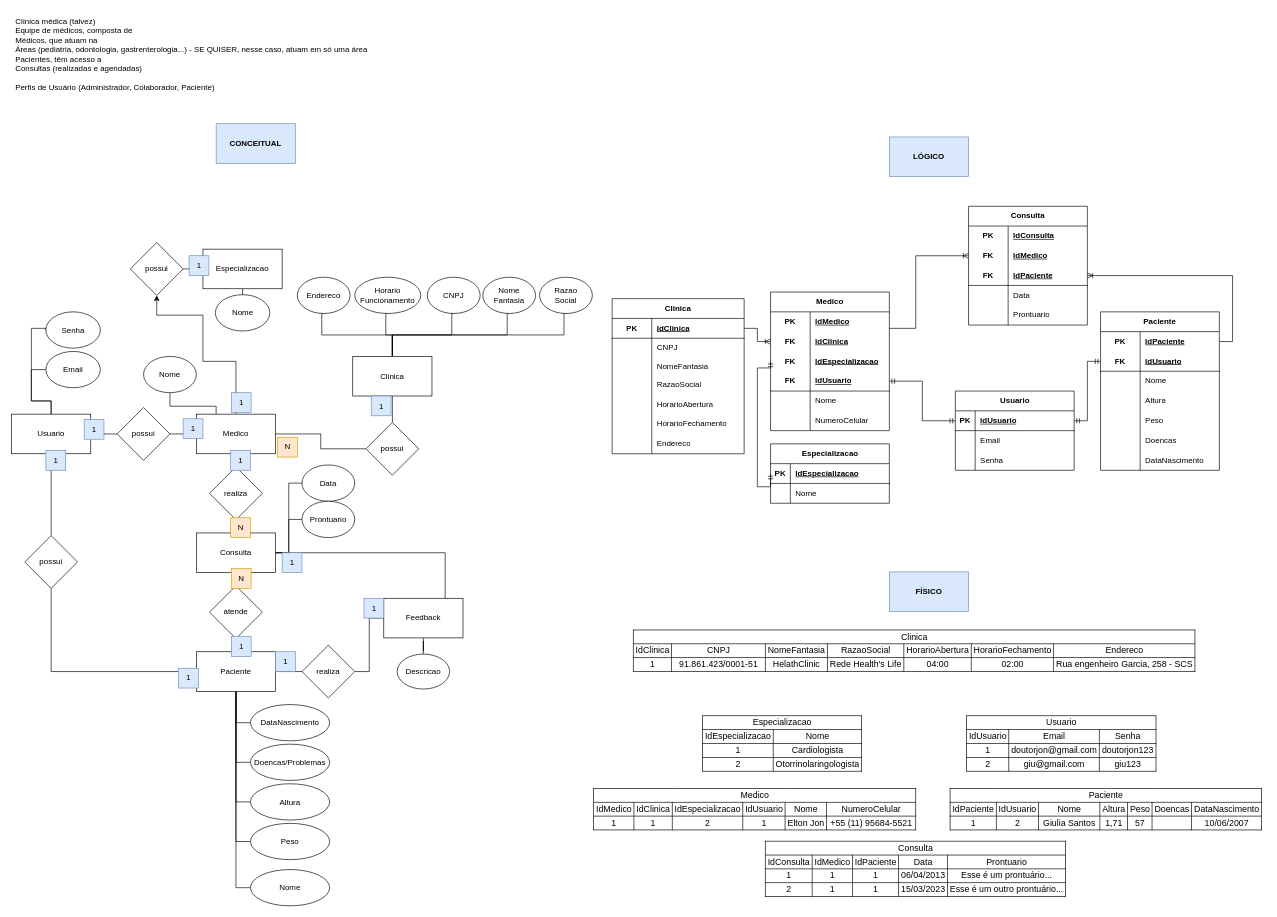
Before: Banco de dados - Sprint 1/Projeto Health Clinic/Health Clinic.drawio in LucasBO7/senai-curso-repos-semestre-2, a draw.io diagram. Source tidied: cells renumbered, new cells numbered last; positions are measured from the earlier drawing's top-left corner, leaving out a move shared by most shapes. Both pictures are drawn from the tidied source at 66%, with x=0, y=0 at pixel (11, 11).
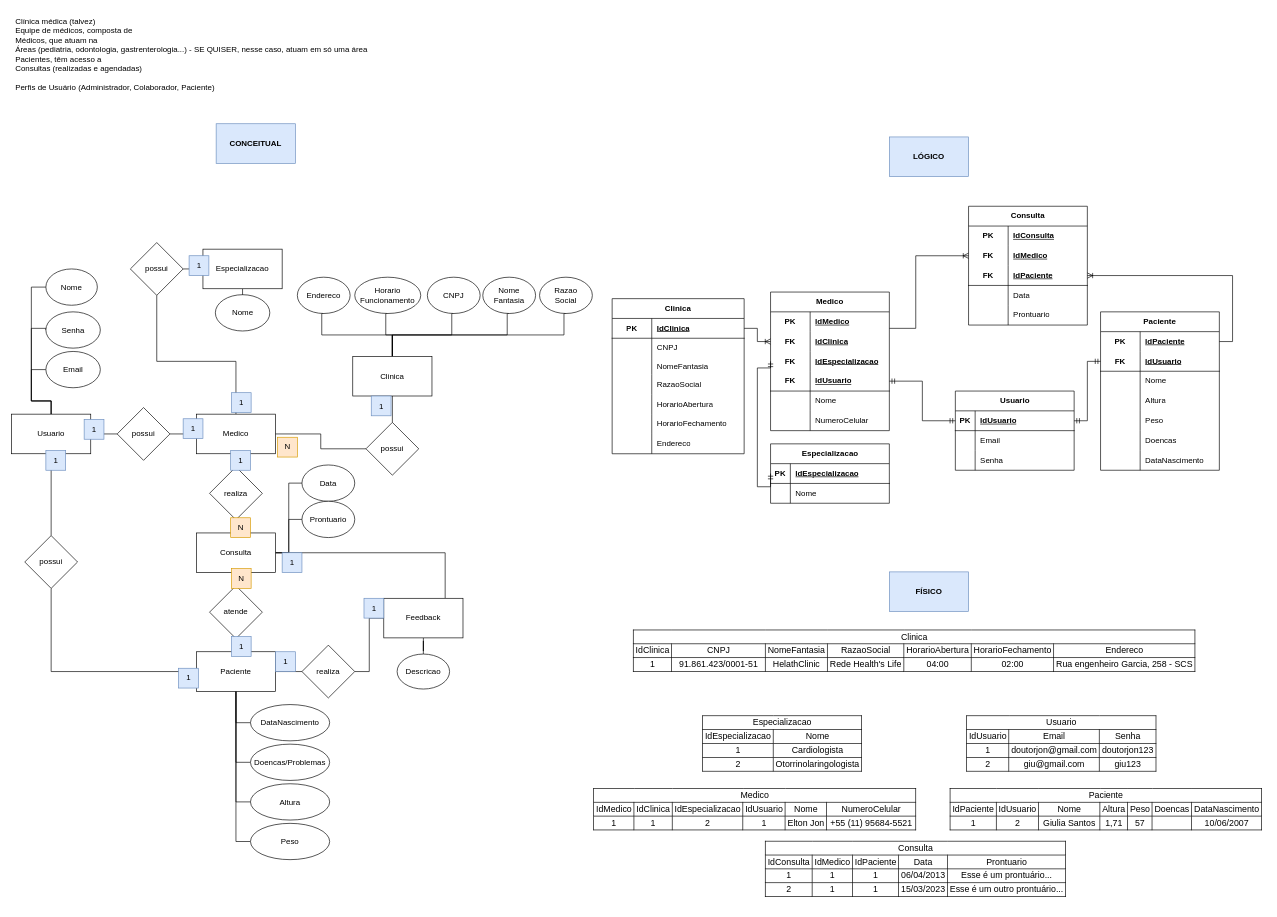
After the change.

The change refers to these unchanged cells:
```xml
<mxCell id="22" value="Usuario" style="rounded=0;whiteSpace=wrap;html=1;" parent="1" vertex="1">
  <mxGeometry y="610" width="120" height="60" as="geometry" />
</mxCell>
<mxCell id="26" value="Medico" style="rounded=0;whiteSpace=wrap;html=1;" parent="1" vertex="1">
  <mxGeometry x="280" y="610" width="120" height="60" as="geometry" />
</mxCell>
<mxCell id="30" value="possui" style="rhombus;whiteSpace=wrap;html=1;rounded=0;" parent="1" vertex="1">
  <mxGeometry x="180" y="350" width="80" height="80" as="geometry" />
</mxCell>
<mxCell id="37" value="Paciente" style="rounded=0;whiteSpace=wrap;html=1;" parent="1" vertex="1">
  <mxGeometry x="280" y="970" width="120" height="60" as="geometry" />
</mxCell>
```

What changed in the source:
```diff
@@
-    <mxCell id="24" style="edgeStyle=orthogonalEdgeStyle;jettySize=auto;html=1;entryX=0.5;entryY=1;entryDx=0;entryDy=0;rounded=0;endArrow=none;endFill=0;exitX=0.25;exitY=0;exitDx=0;exitDy=0;" parent="1" edge="1" source="26" target="70">
-      <mxGeometry relative="1" as="geometry">
-        <Array as="points">
-          <mxPoint x="310" y="598" />
-          <mxPoint x="240" y="598" />
-        </Array>
-      </mxGeometry>
-    </mxCell>
-    <mxCell id="25" style="edgeStyle=orthogonalEdgeStyle;rounded=0;jettySize=auto;html=1;entryX=0.5;entryY=1;entryDx=0;entryDy=0;exitX=0.5;exitY=0;exitDx=0;exitDy=0;" parent="1" edge="1" source="26" target="30">
+    <mxCell id="25" style="edgeStyle=orthogonalEdgeStyle;rounded=0;jettySize=auto;html=1;entryX=0.5;entryY=1;entryDx=0;entryDy=0;exitX=0.5;exitY=0;exitDx=0;exitDy=0;endArrow=none;endFill=0;" parent="1" edge="1" source="26" target="30">
       <mxGeometry relative="1" as="geometry">
         <Array as="points">
           <mxPoint x="340" y="530" />
-          <mxPoint x="290" y="530" />
-          <mxPoint x="290" y="460" />
-          <mxPoint x="220" y="460" />
+          <mxPoint x="220" y="530" />
         </Array>
       </mxGeometry>
     </mxCell>
@@
-    <mxCell id="35" style="edgeStyle=orthogonalEdgeStyle;jettySize=auto;html=1;entryX=0;entryY=0.5;entryDx=0;entryDy=0;endArrow=none;endFill=0;rounded=0;" parent="1" edge="1" source="37" target="113">
-      <mxGeometry relative="1" as="geometry" />
-    </mxCell>
@@
-    <mxCell id="70" value="Nome" style="ellipse;whiteSpace=wrap;html=1;rounded=0;" parent="1" vertex="1">
-      <mxGeometry x="200" y="522.5" width="80" height="55" as="geometry" />
-    </mxCell>
@@
-    <mxCell id="113" value="Nome" style="ellipse;whiteSpace=wrap;html=1;rounded=0;" parent="1" vertex="1">
-      <mxGeometry x="362" y="1300" width="120" height="55" as="geometry" />
-    </mxCell>
@@
+    <mxCell id="192" style="edgeStyle=orthogonalEdgeStyle;rounded=0;jettySize=auto;html=1;entryX=0.5;entryY=0;entryDx=0;entryDy=0;endArrow=none;endFill=0;" parent="1" edge="1" source="193" target="22">
+      <mxGeometry relative="1" as="geometry">
+        <Array as="points">
+          <mxPoint x="30" y="418" />
+          <mxPoint x="30" y="590" />
+          <mxPoint x="60" y="590" />
+        </Array>
+      </mxGeometry>
+    </mxCell>
+    <mxCell id="193" value="Nome" style="ellipse;whiteSpace=wrap;html=1;rounded=0;" parent="1" vertex="1">
+      <mxGeometry x="52" y="390" width="78" height="55" as="geometry" />
+    </mxCell>
```
